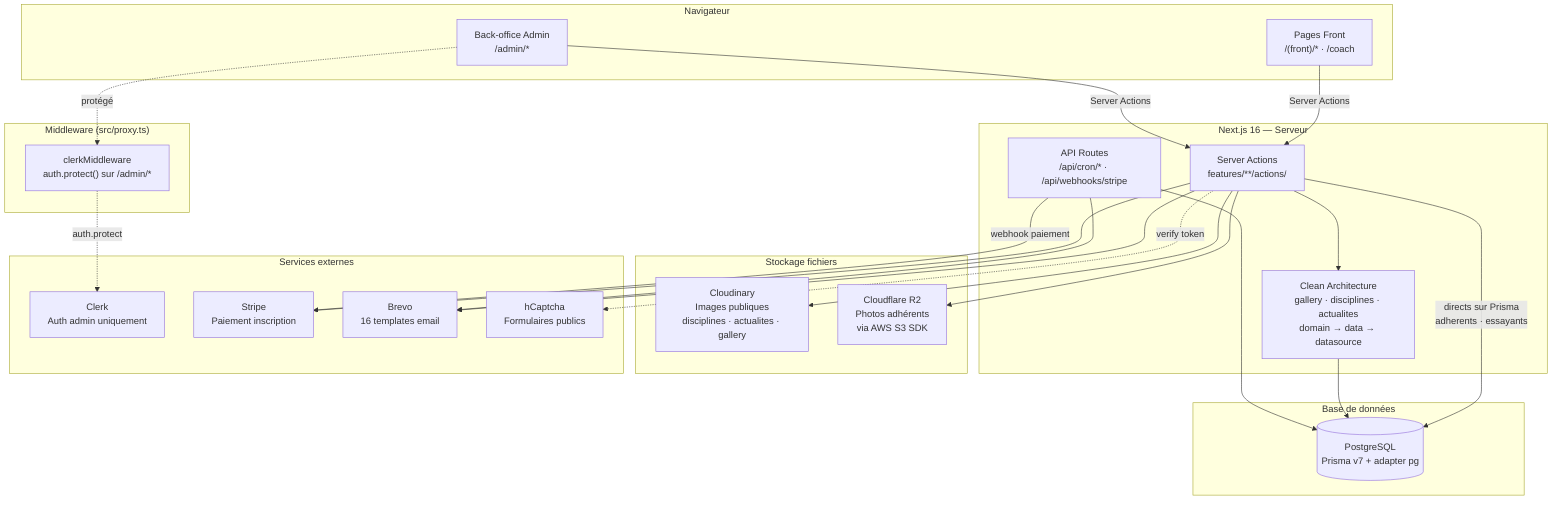
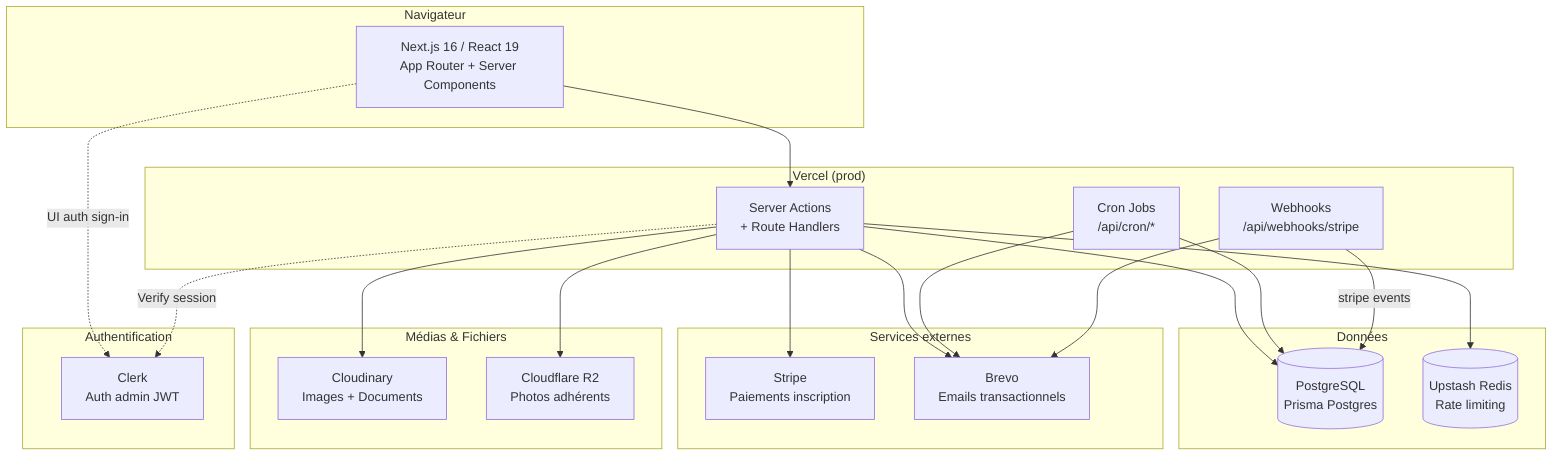
- ```mermaid
graph TB
-   subgraph Navigateur["Navigateur"]
-     FRONT["Pages Front<br/>/(front)/* · /coach"]
-     ADMIN["Back-office Admin<br/>/admin/*"]
+   subgraph Client["Navigateur"]
+     FRONT["Next.js 16 / React 19<br/>App Router + Server Components"]
  end

-   subgraph Middleware["Middleware (src/proxy.ts)"]
-     MW["clerkMiddleware<br/>auth.protect() sur /admin/*"]
+   subgraph Vercel["Vercel (prod)"]
+     SERVER["Server Actions<br/>+ Route Handlers"]
+     CRON["Cron Jobs<br/>/api/cron/*"]
+     WEBHOOK["Webhooks<br/>/api/webhooks/stripe"]
  end

-   subgraph Server["Next.js 16 — Serveur"]
-     SA["Server Actions<br/>features/**/actions/"]
-     CA["Clean Architecture<br/>gallery · disciplines · actualites<br/>domain → data → datasource"]
-     API["API Routes<br/>/api/cron/* · /api/webhooks/stripe"]
+   subgraph Data["Données"]
+     DB[("PostgreSQL<br/>Prisma Postgres")]
+     REDIS[("Upstash Redis<br/>Rate limiting")]
  end

-   subgraph Data["Base de données"]
-     PG[("PostgreSQL<br/>Prisma v7 + adapter pg")]
+   subgraph Auth["Authentification"]
+     CLERK["Clerk<br/>Auth admin JWT"]
  end

-   subgraph Storage["Stockage fichiers"]
-     CDY["Cloudinary<br/>Images publiques<br/>disciplines · actualites · gallery"]
-     R2["Cloudflare R2<br/>Photos adhérents<br/>via AWS S3 SDK"]
+   subgraph Media["Médias & Fichiers"]
+     CLOUDINARY["Cloudinary<br/>Images + Documents"]
+     R2["Cloudflare R2<br/>Photos adhérents"]
  end

-   subgraph Ext["Services externes"]
-     CLERK["Clerk<br/>Auth admin uniquement"]
-     STRIPE["Stripe<br/>Paiement inscription"]
-     BREVO["Brevo<br/>16 templates email"]
-     HCAP["hCaptcha<br/>Formulaires publics"]
+   subgraph External["Services externes"]
+     STRIPE["Stripe<br/>Paiements inscription"]
+     BREVO["Brevo<br/>Emails transactionnels"]
  end

-   FRONT -->|Server Actions| SA
-   ADMIN -->|Server Actions| SA
-   ADMIN -.->|protégé| MW
-   MW -.->|auth.protect| CLERK
-   SA --> CA
-   SA -->|directs sur Prisma<br/>adherents · essayants| PG
-   CA --> PG
-   SA --> CDY
-   SA --> R2
-   SA --> BREVO
-   SA --> STRIPE
-   SA -.->|verify token| HCAP
-   API --> PG
-   API --> BREVO
-   API -->|webhook paiement| STRIPE
- ```
+   FRONT --> SERVER
+   SERVER --> DB
+   SERVER --> REDIS
+   SERVER --> CLOUDINARY
+   SERVER --> R2
+   SERVER --> STRIPE
+   SERVER --> BREVO
+   FRONT -.->|UI auth sign-in| CLERK
+   SERVER -.->|Verify session| CLERK
+   CRON --> DB
+   CRON --> BREVO
+   WEBHOOK -->|stripe events| DB
+   WEBHOOK --> BREVO
